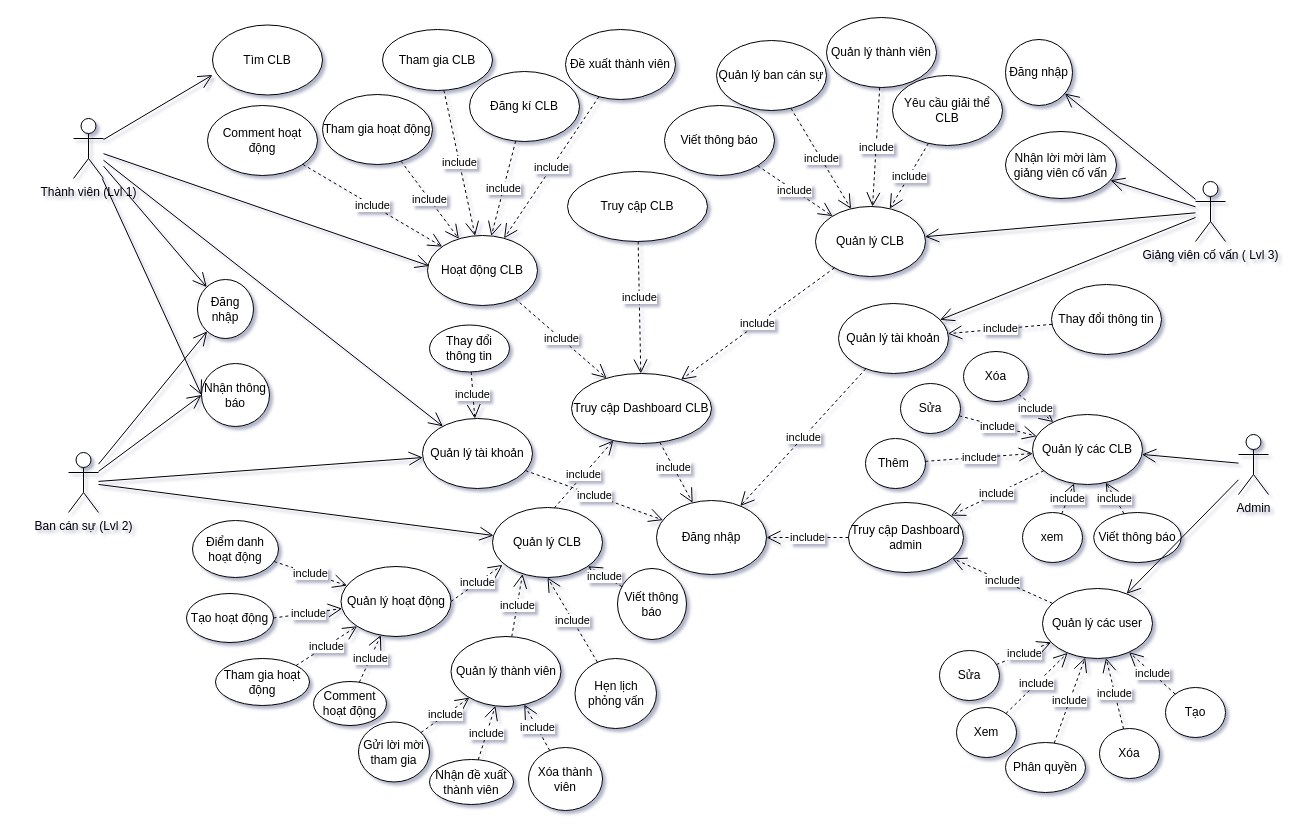
This is diagram.drawio from ZanhhTrann/finall_project-, a draw.io file, before an edit. Source tidied: cells renumbered, new cells numbered last; positions are measured from the earlier drawing's top-left corner, leaving out a move shared by most shapes. Both pictures are drawn from the tidied source at 100%, with x=0, y=0 at pixel (68, 17).
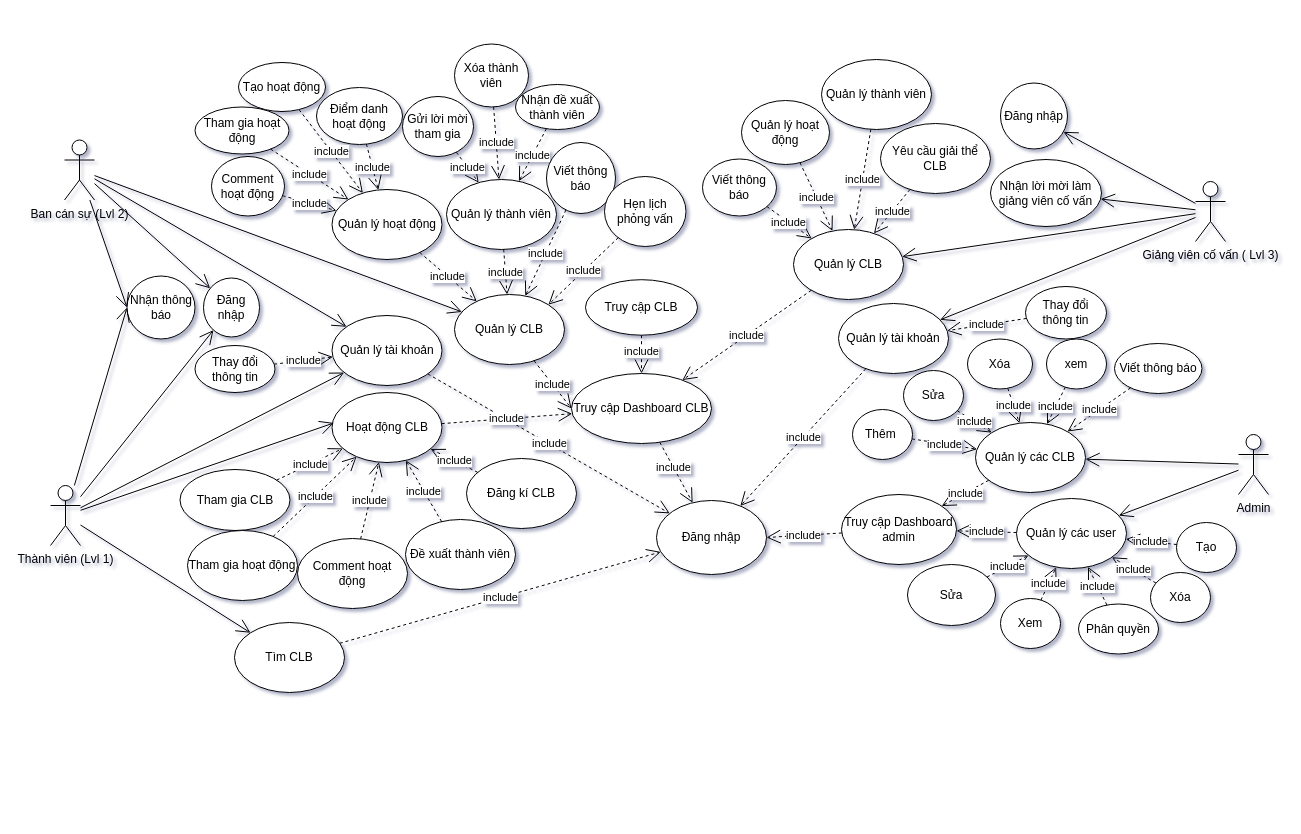
After the change.

Commit message:
Cập nhật diagram.drawio

Unchanged cells that the change refers to:
```xml
<mxCell id="10" value="Đăng nhập" style="ellipse;whiteSpace=wrap;html=1;" parent="1" vertex="1">
  <mxGeometry x="588" y="483" width="110" height="74" as="geometry" />
</mxCell>
<mxCell id="95" value="Truy cập Dashboard CLB" style="ellipse;whiteSpace=wrap;html=1;" parent="1" vertex="1">
  <mxGeometry x="503" y="356" width="140" height="70" as="geometry" />
</mxCell>
```

What changed in the source:
```diff
@@
     <mxCell id="2" value="Thành viên (Lvl 1)" style="shape=umlActor;verticalLabelPosition=bottom;verticalAlign=top;html=1;outlineConnect=0;" parent="1" vertex="1">
-      <mxGeometry x="5" y="101" width="30" height="60" as="geometry" />
+      <mxGeometry x="-18" y="468" width="30" height="60" as="geometry" />
     </mxCell>
     <mxCell id="3" value="Ban cán sự (Lvl 2)" style="shape=umlActor;verticalLabelPosition=bottom;verticalAlign=top;html=1;outlineConnect=0;" parent="1" vertex="1">
-      <mxGeometry y="435" width="30" height="60" as="geometry" />
+      <mxGeometry x="-4" y="122.5" width="30" height="60" as="geometry" />
     </mxCell>
@@
     <mxCell id="6" value="Quản lý tài khoản" style="ellipse;whiteSpace=wrap;html=1;" parent="1" vertex="1">
-      <mxGeometry x="354" y="401" width="110" height="70" as="geometry" />
+      <mxGeometry x="263.5" y="298" width="110" height="70" as="geometry" />
     </mxCell>
     <mxCell id="7" value="Tham gia hoạt động" style="ellipse;whiteSpace=wrap;html=1;" parent="1" vertex="1">
-      <mxGeometry x="254" y="77" width="110" height="70" as="geometry" />
+      <mxGeometry x="119" y="513" width="110" height="70" as="geometry" />
     </mxCell>
     <mxCell id="8" value="Tham gia CLB" style="ellipse;whiteSpace=wrap;html=1;" parent="1" vertex="1">
-      <mxGeometry x="314" y="12" width="110" height="61" as="geometry" />
+      <mxGeometry x="111.5" y="452" width="110" height="61" as="geometry" />
     </mxCell>
     <mxCell id="9" value="Đăng kí CLB" style="ellipse;whiteSpace=wrap;html=1;" parent="1" vertex="1">
-      <mxGeometry x="401" y="54" width="110" height="70" as="geometry" />
+      <mxGeometry x="398" y="441" width="110" height="70" as="geometry" />
     </mxCell>
@@
     <mxCell id="11" value="Quản lý các CLB" style="ellipse;whiteSpace=wrap;html=1;" parent="1" vertex="1">
-      <mxGeometry x="964" y="397" width="110" height="70" as="geometry" />
+      <mxGeometry x="907" y="405" width="110" height="70" as="geometry" />
     </mxCell>
     <mxCell id="12" value="Thêm&amp;nbsp;" style="ellipse;whiteSpace=wrap;html=1;" parent="1" vertex="1">
-      <mxGeometry x="797" y="421" width="60" height="50" as="geometry" />
+      <mxGeometry x="784" y="392" width="60" height="50" as="geometry" />
     </mxCell>
     <mxCell id="13" value="Sửa" style="ellipse;whiteSpace=wrap;html=1;" parent="1" vertex="1">
-      <mxGeometry x="832" y="366" width="60" height="50" as="geometry" />
+      <mxGeometry x="835" y="353" width="60" height="50" as="geometry" />
     </mxCell>
     <mxCell id="14" value="Xóa" style="ellipse;whiteSpace=wrap;html=1;" parent="1" vertex="1">
-      <mxGeometry x="895" y="334" width="65" height="50" as="geometry" />
+      <mxGeometry x="899" y="321.5" width="65" height="50" as="geometry" />
     </mxCell>
@@
     <mxCell id="18" value="Quản lý các user" style="ellipse;whiteSpace=wrap;html=1;" parent="1" vertex="1">
-      <mxGeometry x="974" y="571" width="110" height="70" as="geometry" />
+      <mxGeometry x="948" y="481" width="110" height="70" as="geometry" />
     </mxCell>
     <mxCell id="19" value="Xem" style="ellipse;whiteSpace=wrap;html=1;" parent="1" vertex="1">
-      <mxGeometry x="888" y="690" width="60" height="50" as="geometry" />
+      <mxGeometry x="932" y="581" width="60" height="50" as="geometry" />
     </mxCell>
     <mxCell id="20" value="Phân quyền" style="ellipse;whiteSpace=wrap;html=1;" parent="1" vertex="1">
-      <mxGeometry x="937" y="725" width="80" height="50" as="geometry" />
+      <mxGeometry x="1010" y="586.5" width="80" height="50" as="geometry" />
     </mxCell>
     <mxCell id="21" value="Sửa" style="ellipse;whiteSpace=wrap;html=1;" parent="1" vertex="1">
-      <mxGeometry x="871" y="633" width="60" height="50" as="geometry" />
+      <mxGeometry x="839" y="547" width="88" height="61" as="geometry" />
     </mxCell>
     <mxCell id="22" value="xem" style="ellipse;whiteSpace=wrap;html=1;" parent="1" vertex="1">
-      <mxGeometry x="954" y="495" width="60" height="50" as="geometry" />
+      <mxGeometry x="978" y="321.5" width="60" height="50" as="geometry" />
     </mxCell>
@@
     <mxCell id="27" value="Viết thông báo" style="ellipse;whiteSpace=wrap;html=1;" parent="1" vertex="1">
-      <mxGeometry x="1025.2" y="495" width="87.5" height="50" as="geometry" />
+      <mxGeometry x="1046" y="326" width="87.5" height="50" as="geometry" />
     </mxCell>
@@
     <mxCell id="30" value="Nhận thông báo" style="ellipse;whiteSpace=wrap;html=1;" parent="1" vertex="1">
-      <mxGeometry x="133" y="346" width="68" height="63" as="geometry" />
+      <mxGeometry x="58.5" y="258.5" width="68" height="63" as="geometry" />
     </mxCell>
     <mxCell id="31" value="Viết thông báo" style="ellipse;whiteSpace=wrap;html=1;direction=south;" parent="1" vertex="1">
-      <mxGeometry x="549" y="551" width="69" height="71" as="geometry" />
+      <mxGeometry x="478" y="125" width="69" height="71" as="geometry" />
     </mxCell>
     <mxCell id="32" value="Xóa" style="ellipse;whiteSpace=wrap;html=1;" parent="1" vertex="1">
-      <mxGeometry x="1031" y="711" width="60" height="50" as="geometry" />
+      <mxGeometry x="1082" y="555" width="60" height="50" as="geometry" />
     </mxCell>
@@
     <mxCell id="39" value="Đăng nhập" style="ellipse;whiteSpace=wrap;html=1;" parent="1" vertex="1">
-      <mxGeometry x="129" y="262" width="56" height="59" as="geometry" />
+      <mxGeometry x="135" y="260.5" width="56" height="59" as="geometry" />
     </mxCell>
     <mxCell id="40" value="Tìm CLB" style="ellipse;whiteSpace=wrap;html=1;" parent="1" vertex="1">
-      <mxGeometry x="144" y="7.5" width="110" height="70" as="geometry" />
+      <mxGeometry x="166" y="605" width="110" height="70" as="geometry" />
     </mxCell>
     <mxCell id="41" value="Đề xuất thành viên" style="ellipse;whiteSpace=wrap;html=1;" parent="1" vertex="1">
-      <mxGeometry x="497" y="12" width="110" height="70" as="geometry" />
+      <mxGeometry x="337" y="502" width="110" height="70" as="geometry" />
     </mxCell>
     <mxCell id="42" value="Hẹn lịch phỏng vấn" style="ellipse;whiteSpace=wrap;html=1;" parent="1" vertex="1">
-      <mxGeometry x="506.5" y="641" width="81.5" height="70" as="geometry" />
+      <mxGeometry x="536" y="159" width="81.5" height="70" as="geometry" />
     </mxCell>
     <mxCell id="43" value="Quản lý thành viên" style="ellipse;whiteSpace=wrap;html=1;" parent="1" vertex="1">
-      <mxGeometry x="758" width="110" height="70" as="geometry" />
+      <mxGeometry x="753" y="42" width="110" height="70" as="geometry" />
     </mxCell>
-    <mxCell id="44" value="Quản lý ban cán sự" style="ellipse;whiteSpace=wrap;html=1;" parent="1" vertex="1">
-      <mxGeometry x="648" y="23" width="110" height="70" as="geometry" />
-    </mxCell>
     <mxCell id="45" value="Yêu cầu giải thể CLB" style="ellipse;whiteSpace=wrap;html=1;" parent="1" vertex="1">
-      <mxGeometry x="824" y="58" width="110" height="70" as="geometry" />
+      <mxGeometry x="812" y="106" width="110" height="70" as="geometry" />
     </mxCell>
     <mxCell id="46" value="Thay đổi thông tin" style="ellipse;whiteSpace=wrap;html=1;" parent="1" vertex="1">
-      <mxGeometry x="361" y="307.5" width="80" height="47" as="geometry" />
+      <mxGeometry x="126.5" y="328" width="80" height="47" as="geometry" />
     </mxCell>
     <mxCell id="47" value="Quản lý CLB" style="ellipse;whiteSpace=wrap;html=1;" parent="1" vertex="1">
-      <mxGeometry x="747" y="189" width="110" height="70" as="geometry" />
+      <mxGeometry x="725" y="212" width="110" height="70" as="geometry" />
     </mxCell>
@@
     <mxCell id="49" value="Nhận lời mời làm giảng viên cố vấn" style="ellipse;whiteSpace=wrap;html=1;" parent="1" vertex="1">
-      <mxGeometry x="937" y="114" width="111" height="67" as="geometry" />
+      <mxGeometry x="922" y="142" width="111" height="67" as="geometry" />
     </mxCell>
-    <mxCell id="50" value="include" style="endArrow=open;endSize=12;dashed=1;html=1;rounded=0;" parent="1" edge="1" source="44" target="47">
+    <mxCell id="50" value="include" style="endArrow=open;endSize=12;dashed=1;html=1;rounded=0;" parent="1" edge="1" source="112" target="47">
       <mxGeometry relative="1" as="geometry" />
     </mxCell>
@@
-    <mxCell id="52" style="endArrow=open;endFill=1;endSize=12;html=1;rounded=0;entryX=0;entryY=0.714;entryDx=0;entryDy=0;entryPerimeter=0;" parent="1" edge="1" source="2" target="40">
+    <mxCell id="52" style="endArrow=open;endFill=1;endSize=12;html=1;rounded=0;" parent="1" edge="1" source="2" target="40">
       <mxGeometry relative="1" as="geometry" />
     </mxCell>
@@
     <mxCell id="61" value="Quản lý CLB" style="ellipse;whiteSpace=wrap;html=1;" parent="1" vertex="1">
-      <mxGeometry x="424" y="490" width="110" height="70" as="geometry" />
+      <mxGeometry x="386" y="277" width="110" height="70" as="geometry" />
     </mxCell>
     <mxCell id="62" value="Xóa thành viên" style="ellipse;whiteSpace=wrap;html=1;" parent="1" vertex="1">
-      <mxGeometry x="460" y="730" width="74" height="63" as="geometry" />
+      <mxGeometry x="386" y="26.5" width="74" height="63" as="geometry" />
     </mxCell>
-    <mxCell id="63" value="include" style="endArrow=open;endSize=12;dashed=1;html=1;rounded=0;exitX=0.562;exitY=0.007;exitDx=0;exitDy=0;exitPerimeter=0;" parent="1" edge="1" source="61" target="95">
+    <mxCell id="63" value="include" style="endArrow=open;endSize=12;dashed=1;html=1;rounded=0;entryX=0;entryY=0.5;entryDx=0;entryDy=0;" parent="1" edge="1" source="61" target="95">
       <mxGeometry relative="1" as="geometry" />
     </mxCell>
@@
-    <mxCell id="65" value="include" style="endArrow=open;endSize=12;dashed=1;html=1;rounded=0;entryX=0.273;entryY=0.95;entryDx=0;entryDy=0;entryPerimeter=0;" parent="1" edge="1" source="77" target="61">
+    <mxCell id="65" value="include" style="endArrow=open;endSize=12;dashed=1;html=1;rounded=0;" parent="1" edge="1" source="77" target="61">
       <mxGeometry x="0.01" relative="1" as="geometry" />
     </mxCell>
-    <mxCell id="66" value="include" style="endArrow=open;endSize=12;dashed=1;html=1;rounded=0;entryX=0.5;entryY=1;entryDx=0;entryDy=0;" parent="1" edge="1" source="42" target="61">
+    <mxCell id="66" value="include" style="endArrow=open;endSize=12;dashed=1;html=1;rounded=0;entryX=1;entryY=0;entryDx=0;entryDy=0;" parent="1" edge="1" source="42" target="61">
       <mxGeometry relative="1" as="geometry" />
     </mxCell>
@@
     <mxCell id="71" value="Tạo hoạt động" style="ellipse;whiteSpace=wrap;html=1;" parent="1" vertex="1">
-      <mxGeometry x="118" y="576" width="87" height="49" as="geometry" />
+      <mxGeometry x="170" y="45" width="87" height="49" as="geometry" />
     </mxCell>
-    <mxCell id="72" value="include" style="endArrow=open;endSize=12;dashed=1;html=1;rounded=0;entryX=0.091;entryY=0.82;entryDx=0;entryDy=0;entryPerimeter=0;exitX=1;exitY=0.5;exitDx=0;exitDy=0;" parent="1" edge="1" source="81" target="61">
+    <mxCell id="72" value="include" style="endArrow=open;endSize=12;dashed=1;html=1;rounded=0;" parent="1" edge="1" source="81" target="61">
       <mxGeometry relative="1" as="geometry" />
     </mxCell>
@@
     <mxCell id="74" value="Nhận đề xuất thành viên" style="ellipse;whiteSpace=wrap;html=1;" parent="1" vertex="1">
-      <mxGeometry x="361" y="742" width="84" height="45" as="geometry" />
+      <mxGeometry x="447" y="67" width="84" height="45" as="geometry" />
     </mxCell>
     <mxCell id="75" value="Gửi lời mời tham gia" style="ellipse;whiteSpace=wrap;html=1;" parent="1" vertex="1">
-      <mxGeometry x="290" y="704.5" width="71" height="60" as="geometry" />
+      <mxGeometry x="334" y="79" width="71" height="60" as="geometry" />
     </mxCell>
@@
     <mxCell id="77" value="Quản lý thành viên" style="ellipse;whiteSpace=wrap;html=1;" parent="1" vertex="1">
-      <mxGeometry x="382.5" y="619" width="110" height="70" as="geometry" />
+      <mxGeometry x="378" y="162" width="110" height="70" as="geometry" />
     </mxCell>
     <mxCell id="78" value="Hoạt động CLB" style="ellipse;whiteSpace=wrap;html=1;" parent="1" vertex="1">
-      <mxGeometry x="359" y="218" width="110" height="70" as="geometry" />
+      <mxGeometry x="263.5" y="375" width="110" height="70" as="geometry" />
     </mxCell>
@@
     <mxCell id="81" value="Quản lý hoạt động" style="ellipse;whiteSpace=wrap;html=1;" parent="1" vertex="1">
-      <mxGeometry x="272.5" y="549" width="110" height="70" as="geometry" />
+      <mxGeometry x="263.5" y="172" width="110" height="70" as="geometry" />
     </mxCell>
-    <mxCell id="82" value="include" style="endArrow=open;endSize=12;dashed=1;html=1;rounded=0;exitX=1;exitY=0.5;exitDx=0;exitDy=0;" parent="1" edge="1" source="71" target="81">
+    <mxCell id="82" value="include" style="endArrow=open;endSize=12;dashed=1;html=1;rounded=0;" parent="1" edge="1" source="71" target="81">
       <mxGeometry relative="1" as="geometry" />
     </mxCell>
     <mxCell id="83" value="Tham gia hoạt động" style="ellipse;whiteSpace=wrap;html=1;" parent="1" vertex="1">
-      <mxGeometry x="147" y="641" width="94" height="47" as="geometry" />
+      <mxGeometry x="126.5" y="89.5" width="94" height="47" as="geometry" />
     </mxCell>
-    <mxCell id="84" value="include" style="endArrow=open;endSize=12;dashed=1;html=1;rounded=0;entryX=0;entryY=1;entryDx=0;entryDy=0;exitX=1;exitY=0;exitDx=0;exitDy=0;" parent="1" edge="1" source="83" target="81">
+    <mxCell id="84" value="include" style="endArrow=open;endSize=12;dashed=1;html=1;rounded=0;" parent="1" edge="1" source="83" target="81">
       <mxGeometry relative="1" as="geometry" />
     </mxCell>
@@
     <mxCell id="86" value="Đăng nhập" style="ellipse;whiteSpace=wrap;html=1;" parent="1" vertex="1">
-      <mxGeometry x="937" y="22" width="67" height="66" as="geometry" />
+      <mxGeometry x="932" y="65.5" width="67" height="66" as="geometry" />
     </mxCell>
@@
     <mxCell id="88" value="Viết thông báo" style="ellipse;whiteSpace=wrap;html=1;" parent="1" vertex="1">
-      <mxGeometry x="596" y="88" width="110" height="70" as="geometry" />
+      <mxGeometry x="634" y="141.5" width="74" height="57" as="geometry" />
     </mxCell>
@@
     <mxCell id="92" value="Thay đổi thông tin" style="ellipse;whiteSpace=wrap;html=1;" parent="1" vertex="1">
-      <mxGeometry x="983" y="267" width="110" height="70" as="geometry" />
+      <mxGeometry x="957" y="269" width="81" height="52.5" as="geometry" />
     </mxCell>
@@
     <mxCell id="96" value="Truy cập CLB" style="ellipse;whiteSpace=wrap;html=1;" parent="1" vertex="1">
-      <mxGeometry x="499" y="154" width="140" height="70" as="geometry" />
+      <mxGeometry x="517" y="262.2" width="112" height="55.5" as="geometry" />
     </mxCell>
@@
     <mxCell id="100" value="Tạo" style="ellipse;whiteSpace=wrap;html=1;" parent="1" vertex="1">
-      <mxGeometry x="1097" y="670" width="60" height="50" as="geometry" />
+      <mxGeometry x="1108" y="505" width="60" height="50" as="geometry" />
     </mxCell>
@@
     <mxCell id="102" value="Truy cập Dashboard admin" style="ellipse;whiteSpace=wrap;html=1;" parent="1" vertex="1">
-      <mxGeometry x="780" y="485" width="115" height="70" as="geometry" />
+      <mxGeometry x="773" y="477" width="115" height="70" as="geometry" />
     </mxCell>
@@
     <mxCell id="104" value="Điểm danh hoạt động" style="ellipse;whiteSpace=wrap;html=1;" parent="1" vertex="1">
-      <mxGeometry x="124" y="503" width="86" height="57" as="geometry" />
+      <mxGeometry x="248" y="70" width="86" height="57" as="geometry" />
     </mxCell>
@@
     <mxCell id="106" value="Comment hoạt động" style="ellipse;whiteSpace=wrap;html=1;" parent="1" vertex="1">
-      <mxGeometry x="245" y="664" width="73" height="44" as="geometry" />
+      <mxGeometry x="143" y="139" width="73" height="59.5" as="geometry" />
     </mxCell>
@@
     <mxCell id="108" value="Comment hoạt động" style="ellipse;whiteSpace=wrap;html=1;" parent="1" vertex="1">
-      <mxGeometry x="139" y="88" width="110" height="70" as="geometry" />
+      <mxGeometry x="229" y="521" width="110" height="70" as="geometry" />
     </mxCell>
@@
+    <mxCell id="111" value="include" style="endArrow=open;endSize=12;dashed=1;html=1;rounded=0;" parent="1" edge="1" source="40" target="10">
+      <mxGeometry relative="1" as="geometry" />
+    </mxCell>
+    <mxCell id="112" value="Quản lý hoạt động" style="ellipse;whiteSpace=wrap;html=1;" parent="1" vertex="1">
+      <mxGeometry x="673" y="83" width="88" height="64" as="geometry" />
+    </mxCell>
```
